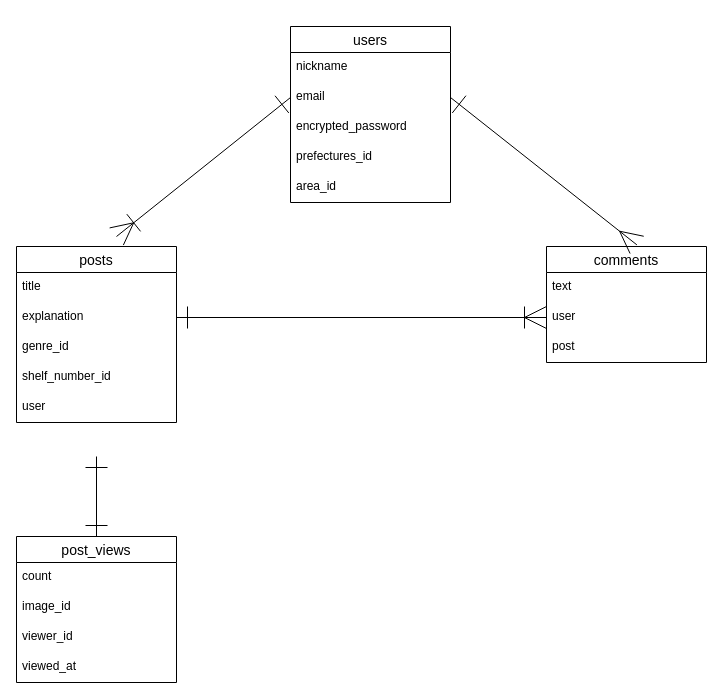
Before: er.dio in hiroya-takatsuchi/snap_shelf, a draw.io diagram. Source tidied: cells renumbered, new cells numbered last; positions are measured from the earlier drawing's top-left corner, leaving out a move shared by most shapes. Both pictures are drawn from the tidied source at 100%, with x=0, y=0 at pixel (16, 26).
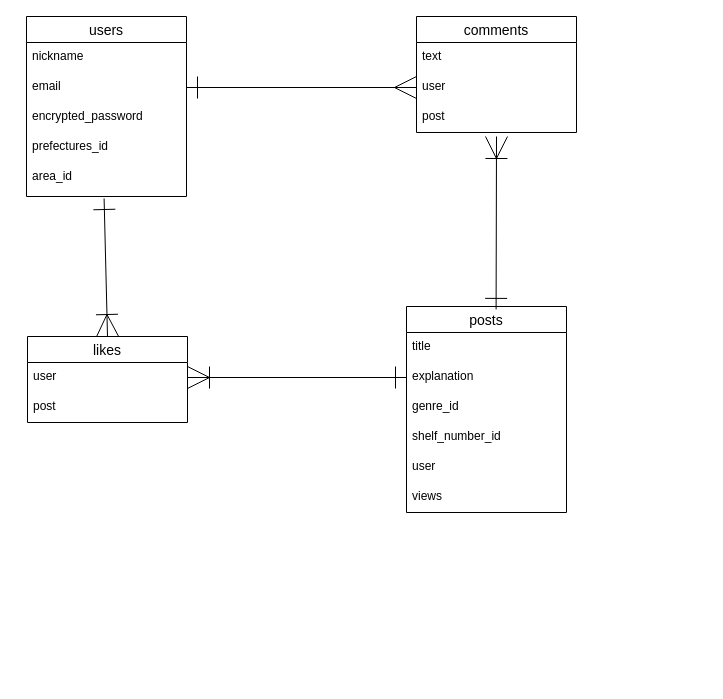
After the change.

Unchanged cells that the change refers to:
```xml
<mxCell id="4" value="email" style="text;strokeColor=none;fillColor=none;spacingLeft=4;spacingRight=4;overflow=hidden;points=[[0,0.5],[1,0.5]];portConstraint=eastwest;fontSize=12;" parent="2" vertex="1">
  <mxGeometry y="56" width="160" height="30" as="geometry" />
</mxCell>
<mxCell id="10" value="explanation" style="text;strokeColor=none;fillColor=none;spacingLeft=4;spacingRight=4;overflow=hidden;points=[[0,0.5],[1,0.5]];portConstraint=eastwest;fontSize=12;" parent="8" vertex="1">
  <mxGeometry y="56" width="160" height="30" as="geometry" />
</mxCell>
<mxCell id="16" value="user" style="text;strokeColor=none;fillColor=none;spacingLeft=4;spacingRight=4;overflow=hidden;points=[[0,0.5],[1,0.5]];portConstraint=eastwest;fontSize=12;" parent="14" vertex="1">
  <mxGeometry y="56" width="160" height="30" as="geometry" />
</mxCell>
```

Diff of the diagram source:
```diff
@@
     <mxCell id="2" value="users" style="swimlane;fontStyle=0;horizontal=1;startSize=26;align=center;fontSize=14;" parent="1" vertex="1">
-      <mxGeometry x="274" width="160" height="176" as="geometry" />
+      <mxGeometry x="10" y="-10" width="160" height="180" as="geometry" />
     </mxCell>
@@
     <mxCell id="7" value="area_id" style="text;strokeColor=none;fillColor=none;spacingLeft=4;spacingRight=4;overflow=hidden;points=[[0,0.5],[1,0.5]];portConstraint=eastwest;fontSize=12;" parent="2" vertex="1">
-      <mxGeometry y="146" width="160" height="30" as="geometry" />
+      <mxGeometry y="146" width="160" height="34" as="geometry" />
     </mxCell>
     <mxCell id="8" value="posts" style="swimlane;fontStyle=0;horizontal=1;startSize=26;align=center;fontSize=14;" parent="1" vertex="1">
-      <mxGeometry y="220" width="160" height="176" as="geometry" />
+      <mxGeometry x="390" y="280" width="160" height="206" as="geometry" />
     </mxCell>
@@
+    <mxCell id="18" value="views" style="text;strokeColor=none;fillColor=none;spacingLeft=4;spacingRight=4;overflow=hidden;fontSize=12;" parent="8" vertex="1">
+      <mxGeometry y="176" width="160" height="30" as="geometry" />
+    </mxCell>
     <mxCell id="14" value="comments" style="swimlane;fontStyle=0;horizontal=1;startSize=26;align=center;fontSize=14;" parent="1" vertex="1">
-      <mxGeometry x="530" y="220" width="160" height="116" as="geometry" />
+      <mxGeometry x="400" y="-10" width="160" height="116" as="geometry" />
     </mxCell>
@@
-    <mxCell id="18" style="edgeStyle=none;html=1;exitX=0.5;exitY=0;exitDx=0;exitDy=0;startArrow=ERone;startFill=0;endArrow=ERone;endFill=0;startSize=20;endSize=20;" parent="1" edge="1" source="19">
-      <mxGeometry relative="1" as="geometry">
-        <mxPoint x="80" y="430" as="targetPoint" />
-      </mxGeometry>
-    </mxCell>
+    <mxCell id="27" style="edgeStyle=none;html=1;exitX=0.5;exitY=0;exitDx=0;exitDy=0;entryX=0.485;entryY=1.059;entryDx=0;entryDy=0;entryPerimeter=0;startArrow=ERoneToMany;startFill=0;endArrow=ERone;endFill=0;startSize=20;endSize=20;" parent="1" edge="1" source="19" target="7">
+      <mxGeometry relative="1" as="geometry" />
+    </mxCell>
-    <mxCell id="19" value="post_views" style="swimlane;fontStyle=0;horizontal=1;startSize=26;align=center;fontSize=14;" parent="1" vertex="1">
-      <mxGeometry y="510" width="160" height="146" as="geometry" />
+    <mxCell id="19" value="likes" style="swimlane;fontStyle=0;horizontal=1;startSize=26;align=center;fontSize=14;" parent="1" vertex="1">
+      <mxGeometry x="11" y="310" width="160" height="86" as="geometry" />
     </mxCell>
-    <mxCell id="20" value="count" style="text;strokeColor=none;fillColor=none;spacingLeft=4;spacingRight=4;overflow=hidden;fontSize=12;" parent="19" vertex="1">
-      <mxGeometry y="26" width="160" height="30" as="geometry" />
-    </mxCell>
-    <mxCell id="21" value="image_id" style="text;strokeColor=none;fillColor=none;spacingLeft=4;spacingRight=4;overflow=hidden;points=[[0,0.5],[1,0.5]];portConstraint=eastwest;fontSize=12;" parent="19" vertex="1">
-      <mxGeometry y="56" width="160" height="30" as="geometry" />
+    <mxCell id="21" value="user" style="text;strokeColor=none;fillColor=none;spacingLeft=4;spacingRight=4;overflow=hidden;points=[[0,0.5],[1,0.5]];portConstraint=eastwest;fontSize=12;" parent="19" vertex="1">
+      <mxGeometry y="26" width="160" height="30" as="geometry" />
     </mxCell>
-    <mxCell id="22" value="viewer_id" style="text;strokeColor=none;fillColor=none;spacingLeft=4;spacingRight=4;overflow=hidden;fontSize=12;" parent="19" vertex="1">
-      <mxGeometry y="86" width="160" height="30" as="geometry" />
-    </mxCell>
-    <mxCell id="23" value="viewed_at" style="text;strokeColor=none;fillColor=none;spacingLeft=4;spacingRight=4;overflow=hidden;fontSize=12;" parent="19" vertex="1">
-      <mxGeometry y="116" width="160" height="30" as="geometry" />
+    <mxCell id="23" value="post" style="text;strokeColor=none;fillColor=none;spacingLeft=4;spacingRight=4;overflow=hidden;fontSize=12;" parent="19" vertex="1">
+      <mxGeometry y="56" width="160" height="30" as="geometry" />
     </mxCell>
-    <mxCell id="24" style="edgeStyle=none;html=1;exitX=1;exitY=0.5;exitDx=0;exitDy=0;entryX=0.565;entryY=-0.014;entryDx=0;entryDy=0;entryPerimeter=0;endSize=20;startSize=20;startArrow=ERone;startFill=0;endArrow=ERmany;endFill=0;" parent="1" edge="1" source="4" target="14">
-      <mxGeometry relative="1" as="geometry" />
+    <mxCell id="24" style="edgeStyle=none;html=1;exitX=1;exitY=0.5;exitDx=0;exitDy=0;endSize=20;startSize=20;startArrow=ERone;startFill=0;endArrow=ERmany;endFill=0;" parent="1" edge="1" source="4">
+      <mxGeometry relative="1" as="geometry">
+        <mxPoint x="400" y="61" as="targetPoint" />
+      </mxGeometry>
     </mxCell>
-    <mxCell id="25" style="edgeStyle=none;html=1;exitX=0;exitY=0.5;exitDx=0;exitDy=0;startArrow=ERone;startFill=0;endArrow=ERoneToMany;endFill=0;startSize=20;endSize=20;" parent="1" edge="1" source="4">
-      <mxGeometry relative="1" as="geometry">
-        <mxPoint x="100" y="210" as="targetPoint" />
-      </mxGeometry>
-    </mxCell>
-    <mxCell id="26" style="edgeStyle=none;html=1;exitX=1;exitY=0.5;exitDx=0;exitDy=0;startArrow=ERone;startFill=0;endArrow=ERoneToMany;endFill=0;startSize=20;endSize=20;" parent="1" edge="1" source="10" target="16">
-      <mxGeometry relative="1" as="geometry" />
+    <mxCell id="26" style="edgeStyle=none;html=1;startArrow=ERone;startFill=0;endArrow=ERoneToMany;endFill=0;startSize=20;endSize=20;exitX=0.56;exitY=0.014;exitDx=0;exitDy=0;exitPerimeter=0;" parent="1" edge="1" source="8">
+      <mxGeometry relative="1" as="geometry">
+        <mxPoint x="480" y="110" as="targetPoint" />
+      </mxGeometry>
     </mxCell>
+    <mxCell id="28" style="edgeStyle=none;html=1;exitX=1;exitY=0.5;exitDx=0;exitDy=0;entryX=0;entryY=0.5;entryDx=0;entryDy=0;startArrow=ERoneToMany;startFill=0;endSize=20;startSize=20;endArrow=ERone;endFill=0;" parent="1" edge="1" source="21" target="10">
+      <mxGeometry relative="1" as="geometry" />
+    </mxCell>
```
